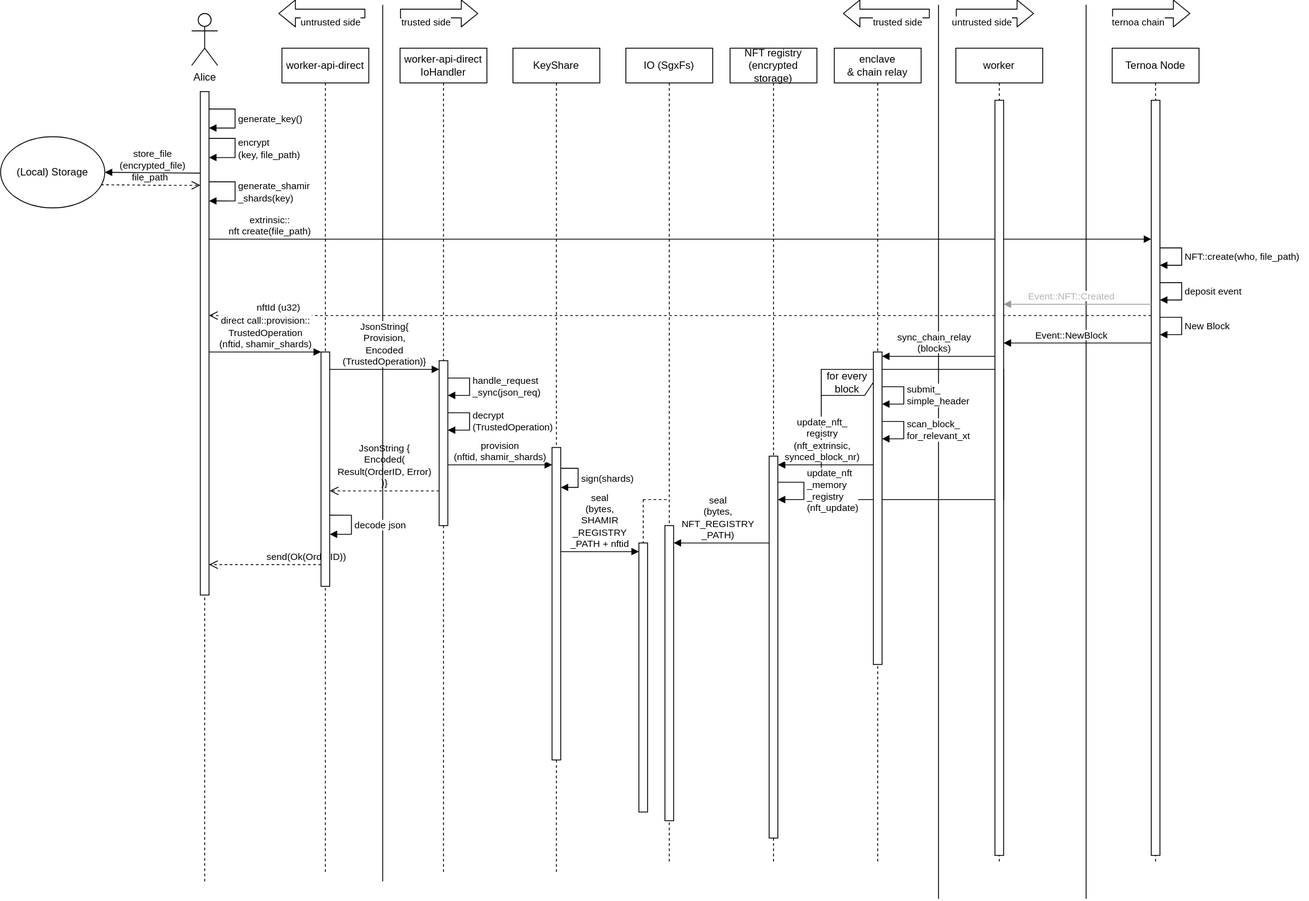
haerdib/substraTEE_diagramms keeps this draw.io diagram as capsule_sequence_diagram.svg. Above is the earlier version. Source tidied: cells renumbered, new cells last; positions are measured from the earlier drawing's top-left corner, leaving out a move shared by most shapes.
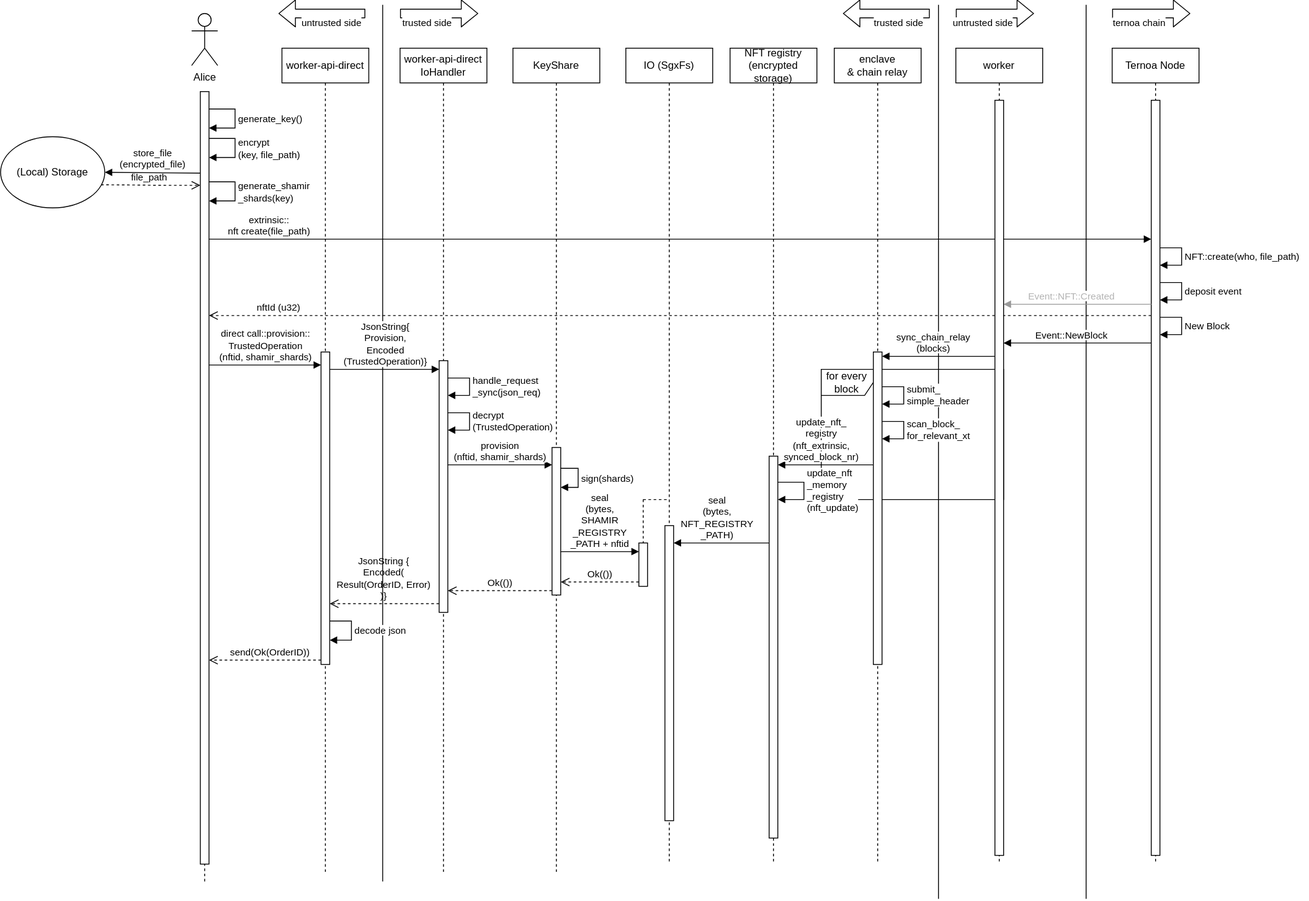
The same file after the commit.

What changed in the source:
```diff
@@ -15,9 +15,9 @@
       <mxGeometry x="220" y="10" width="30" height="60" as="geometry" />
     </mxCell>
     <mxCell id="5" value="send(Ok(OrderID))" style="html=1;verticalAlign=bottom;endArrow=open;dashed=1;endSize=8;labelBackgroundColor=#ffffff;" parent="1" edge="1">
-      <mxGeometry x="-0.74" relative="1" as="geometry">
-        <mxPoint x="369" y="645" as="sourcePoint" />
-        <mxPoint x="240" y="645" as="targetPoint" />
+      <mxGeometry x="-0.09" relative="1" as="geometry">
+        <mxPoint x="369" y="755" as="sourcePoint" />
+        <mxPoint x="240" y="755" as="targetPoint" />
       </mxGeometry>
     </mxCell>
     <mxCell id="6" style="endArrow=none;html=1;labelBackgroundColor=#ffffff;strokeColor=#000000;fontColor=#000000;" parent="1" edge="1">
@@ -52,15 +52,15 @@
       <mxGeometry x="324" y="50" width="100" height="950" as="geometry" />
     </mxCell>
     <mxCell id="12" style="html=1;points=[];perimeter=orthogonalPerimeter;fontColor=#000000;" parent="11" vertex="1">
-      <mxGeometry x="45" y="350" width="10" height="270" as="geometry" />
+      <mxGeometry x="45" y="350" width="10" height="360" as="geometry" />
     </mxCell>
     <mxCell id="13" value="&lt;span style=&quot;background-color: rgb(255 , 255 , 255)&quot;&gt;decode json&lt;/span&gt;" style="edgeStyle=orthogonalEdgeStyle;html=1;align=left;spacingLeft=2;endArrow=block;rounded=0;labelBackgroundColor=none;strokeColor=#000000;fontColor=#000000;" parent="11" edge="1">
       <mxGeometry x="0.03" relative="1" as="geometry">
-        <mxPoint x="55" y="538" as="sourcePoint" />
-        <mxPoint x="55" y="560" as="targetPoint" />
+        <mxPoint x="55" y="660" as="sourcePoint" />
+        <mxPoint x="55" y="682" as="targetPoint" />
         <Array as="points">
-          <mxPoint x="80" y="538" />
-          <mxPoint x="80" y="560" />
+          <mxPoint x="80" y="660" />
+          <mxPoint x="80" y="682" />
         </Array>
       </mxGeometry>
     </mxCell>
@@ -71,7 +71,7 @@
       <mxGeometry x="590" y="50" width="100" height="950" as="geometry" />
     </mxCell>
     <mxCell id="16" style="html=1;points=[];perimeter=orthogonalPerimeter;fontColor=#000000;" parent="15" vertex="1">
-      <mxGeometry x="45" y="460" width="10" height="360" as="geometry" />
+      <mxGeometry x="45" y="460" width="10" height="170" as="geometry" />
     </mxCell>
     <mxCell id="17" value="sign(shards)" style="edgeStyle=orthogonalEdgeStyle;html=1;align=left;spacingLeft=2;endArrow=block;rounded=0;labelBackgroundColor=none;strokeColor=#000000;fontColor=#000000;" parent="15" edge="1" source="16" target="16">
       <mxGeometry x="0.03" relative="1" as="geometry">
@@ -88,10 +88,10 @@
       <mxGeometry x="45" y="550" width="10" height="340" as="geometry" />
     </mxCell>
     <mxCell id="20" style="html=1;points=[];perimeter=orthogonalPerimeter;fontColor=#000000;" parent="1" vertex="1">
-      <mxGeometry x="505" y="410" width="10" height="190" as="geometry" />
+      <mxGeometry x="505" y="410" width="10" height="290" as="geometry" />
     </mxCell>
     <mxCell id="21" style="html=1;points=[];perimeter=orthogonalPerimeter;" parent="1" vertex="1">
-      <mxGeometry x="230" y="100" width="10" height="580" as="geometry" />
+      <mxGeometry x="230" y="100" width="10" height="890" as="geometry" />
     </mxCell>
     <mxCell id="22" style="endArrow=none;dashed=1;html=1;" parent="1" edge="1" target="21">
       <mxGeometry relative="1" as="geometry">
@@ -131,11 +131,12 @@
         </Array>
       </mxGeometry>
     </mxCell>
-    <mxCell id="29" value="JsonString { &lt;br&gt;&lt;div&gt;Encoded(&lt;/div&gt;&lt;div&gt;Result(OrderID, Error)&lt;/div&gt;&lt;div&gt;)}&lt;br&gt;&lt;/div&gt;" style="html=1;verticalAlign=bottom;endArrow=open;dashed=1;endSize=8;labelBackgroundColor=none;strokeColor=#000000;fontColor=#000000;" parent="1" edge="1" target="12">
+    <mxCell id="29" value="JsonString { &lt;br&gt;&lt;div&gt;Encoded(&lt;/div&gt;&lt;div&gt;Result(OrderID, Error)&lt;/div&gt;&lt;div&gt;)}&lt;br&gt;&lt;/div&gt;" style="html=1;verticalAlign=bottom;endArrow=open;dashed=1;endSize=8;labelBackgroundColor=none;strokeColor=#000000;fontColor=#000000;" parent="1" edge="1">
       <mxGeometry relative="1" as="geometry">
-        <mxPoint x="505" y="560" as="sourcePoint" />
+        <mxPoint x="505" y="690" as="sourcePoint" />
+        <mxPoint x="379" y="690" as="targetPoint" />
         <Array as="points">
-          <mxPoint x="480" y="560" />
+          <mxPoint x="480" y="690" />
         </Array>
       </mxGeometry>
     </mxCell>
@@ -331,8 +332,11 @@
         </Array>
       </mxGeometry>
     </mxCell>
-    <mxCell id="61" value="&lt;div&gt;direct call::provision::&lt;/div&gt;&lt;div&gt;TrustedOperation&lt;/div&gt;&lt;div&gt;(nftid, shamir_shards)&lt;/div&gt;" style="html=1;verticalAlign=bottom;endArrow=block;" parent="1" edge="1" source="21" target="12">
-      <mxGeometry relative="1" as="geometry" />
+    <mxCell id="61" value="&lt;div&gt;direct call::provision::&lt;/div&gt;&lt;div&gt;TrustedOperation&lt;/div&gt;&lt;div&gt;(nftid, shamir_shards)&lt;/div&gt;" style="html=1;verticalAlign=bottom;endArrow=block;" parent="1" edge="1">
+      <mxGeometry relative="1" as="geometry">
+        <mxPoint x="240" y="415" as="sourcePoint" />
+        <mxPoint x="369" y="415" as="targetPoint" />
+      </mxGeometry>
     </mxCell>
     <mxCell id="62" value="&lt;div&gt;JsonString{&lt;/div&gt;&lt;div&gt;Provision,&lt;br&gt;&lt;/div&gt;&lt;div&gt;Encoded&lt;/div&gt;&lt;div&gt;(TrustedOperation)}&lt;/div&gt;" style="html=1;verticalAlign=bottom;endArrow=block;" parent="1" edge="1">
       <mxGeometry relative="1" as="geometry">
@@ -347,7 +351,7 @@
       </mxGeometry>
     </mxCell>
     <mxCell id="64" style="html=1;points=[];perimeter=orthogonalPerimeter;fontColor=#000000;" parent="1" vertex="1">
-      <mxGeometry x="735" y="620" width="10" height="310" as="geometry" />
+      <mxGeometry x="735" y="620" width="10" height="50" as="geometry" />
     </mxCell>
     <mxCell id="65" style="endArrow=none;dashed=1;html=1;" parent="1" edge="1">
       <mxGeometry relative="1" as="geometry">
@@ -366,5 +370,17 @@
         <mxPoint x="735" y="630" as="targetPoint" />
       </mxGeometry>
     </mxCell>
+    <mxCell id="68" value="Ok(())" style="html=1;verticalAlign=bottom;endArrow=open;dashed=1;endSize=8;labelBackgroundColor=#ffffff;" parent="1" edge="1">
+      <mxGeometry relative="1" as="geometry">
+        <mxPoint x="735" y="665" as="sourcePoint" />
+        <mxPoint x="645" y="665" as="targetPoint" />
+      </mxGeometry>
+    </mxCell>
+    <mxCell id="69" value="Ok(())" style="html=1;verticalAlign=bottom;endArrow=open;dashed=1;endSize=8;labelBackgroundColor=#ffffff;" parent="1" edge="1">
+      <mxGeometry relative="1" as="geometry">
+        <mxPoint x="635" y="675" as="sourcePoint" />
+        <mxPoint x="515" y="675" as="targetPoint" />
+      </mxGeometry>
+    </mxCell>
   </root>
 </mxGraphModel>
```
